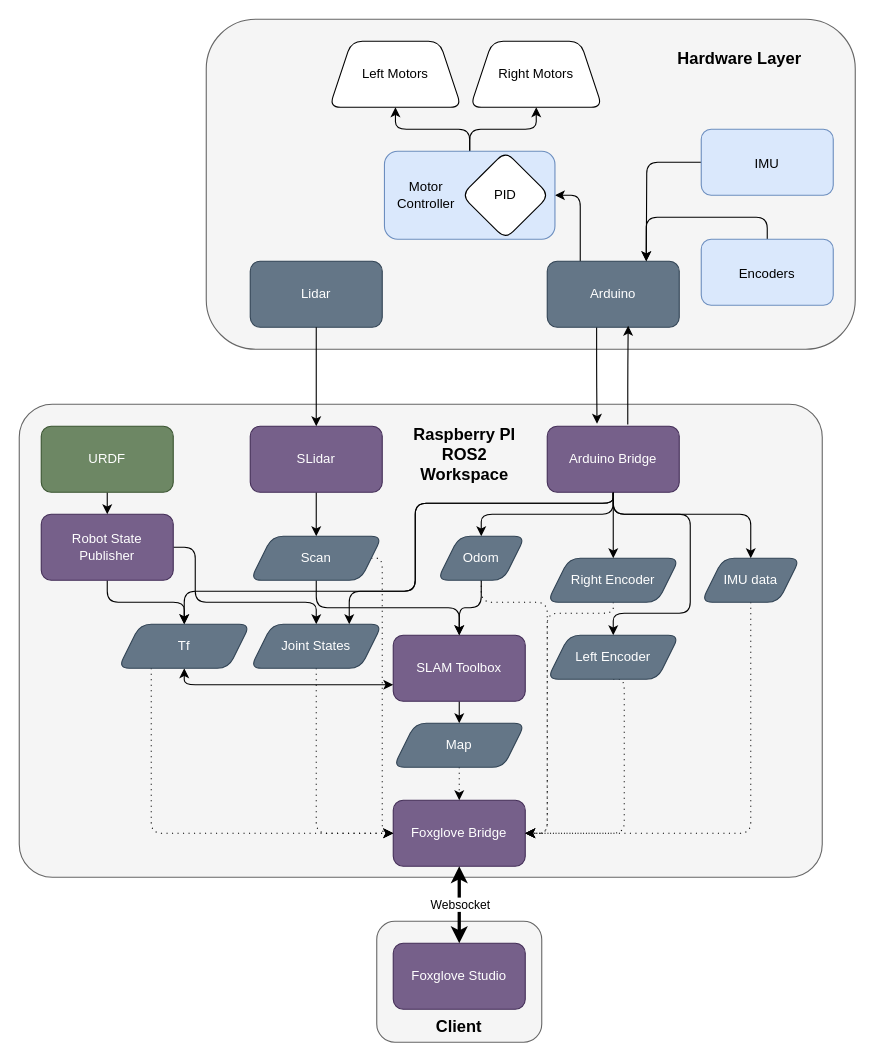
Above: ROSworkspaceOverview.drawio in Gab1575/MREN203_Group9 (draw.io), before the change. Source tidied: cells renumbered, new cells numbered last; positions are measured from the earlier drawing's top-left corner, leaving out a move shared by most shapes. Both pictures are drawn from the tidied source at 110%, with x=0, y=0 at pixel (19, 19).
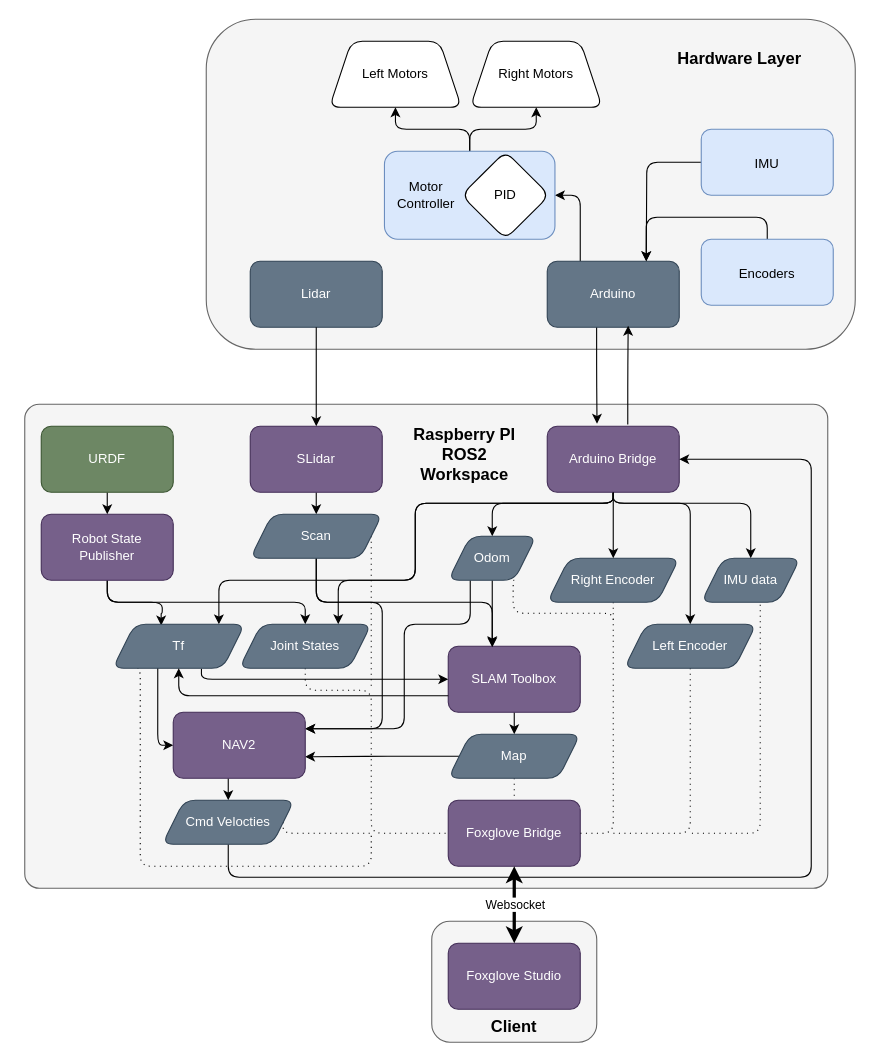
After the change.

Unchanged cells that the change refers to:
```xml
<mxCell id="16" value="Arduino Bridge" style="rounded=1;whiteSpace=wrap;html=1;fillColor=#76608a;fontColor=#ffffff;strokeColor=#432D57;" parent="1" vertex="1">
  <mxGeometry x="480" y="370" width="120" height="60" as="geometry" />
</mxCell>
<mxCell id="21" value="Robot State&lt;div&gt;Publisher&lt;/div&gt;" style="rounded=1;whiteSpace=wrap;html=1;fillColor=#76608a;fontColor=#ffffff;strokeColor=#432D57;" parent="1" vertex="1">
  <mxGeometry x="20" y="450" width="120" height="60" as="geometry" />
</mxCell>
<mxCell id="27" value="Right Encoder" style="shape=parallelogram;perimeter=parallelogramPerimeter;whiteSpace=wrap;html=1;fixedSize=1;fillColor=#647687;fontColor=#ffffff;strokeColor=#314354;rounded=1;" parent="1" vertex="1">
  <mxGeometry x="480" y="490" width="120" height="40" as="geometry" />
</mxCell>
<mxCell id="31" value="IMU data" style="shape=parallelogram;perimeter=parallelogramPerimeter;whiteSpace=wrap;html=1;fixedSize=1;fillColor=#647687;fontColor=#ffffff;strokeColor=#314354;rounded=1;" parent="1" vertex="1">
  <mxGeometry x="620" y="490" width="90" height="40" as="geometry" />
</mxCell>
```

What changed in the source:
```diff
@@
-    <mxCell id="2" style="rounded=1;whiteSpace=wrap;html=1;fillColor=#f5f5f5;fontColor=#333333;strokeColor=#666666;arcSize=7;" parent="1" vertex="1">
-      <mxGeometry y="350" width="730" height="430" as="geometry" />
+    <mxCell id="2" style="rounded=1;whiteSpace=wrap;html=1;fillColor=#f5f5f5;fontColor=#333333;strokeColor=#666666;arcSize=3;" parent="1" vertex="1">
+      <mxGeometry x="5" y="350" width="730" height="440" as="geometry" />
     </mxCell>
@@
     <mxCell id="10" style="edgeStyle=orthogonalEdgeStyle;rounded=1;jettySize=auto;html=1;exitX=0.5;exitY=1;exitDx=0;exitDy=0;entryX=0.5;entryY=0;entryDx=0;entryDy=0;" parent="1" edge="1" source="16" target="25">
-      <mxGeometry x="-0.12" y="20" relative="1" as="geometry" />
+      <mxGeometry x="-0.12" y="20" relative="1" as="geometry">
+        <Array as="points">
+          <mxPoint x="540" y="440" />
+          <mxPoint x="430" y="440" />
+        </Array>
+      </mxGeometry>
     </mxCell>
     <mxCell id="11" style="edgeStyle=orthogonalEdgeStyle;rounded=1;jettySize=auto;html=1;exitX=0.5;exitY=1;exitDx=0;exitDy=0;entryX=0.5;entryY=0;entryDx=0;entryDy=0;" parent="1" edge="1" source="16" target="29">
       <mxGeometry relative="1" as="geometry">
         <Array as="points">
-          <mxPoint x="540" y="450" />
-          <mxPoint x="610" y="450" />
-          <mxPoint x="610" y="540" />
-          <mxPoint x="540" y="540" />
+          <mxPoint x="540" y="440" />
+          <mxPoint x="610" y="440" />
         </Array>
       </mxGeometry>
     </mxCell>
     <mxCell id="12" style="edgeStyle=orthogonalEdgeStyle;rounded=1;jettySize=auto;html=1;exitX=0.5;exitY=1;exitDx=0;exitDy=0;entryX=0.5;entryY=0;entryDx=0;entryDy=0;" parent="1" edge="1" source="16" target="31">
       <mxGeometry relative="1" as="geometry">
         <Array as="points">
-          <mxPoint x="540" y="450" />
-          <mxPoint x="665" y="450" />
+          <mxPoint x="540" y="440" />
+          <mxPoint x="665" y="440" />
         </Array>
       </mxGeometry>
     </mxCell>
     <mxCell id="13" style="edgeStyle=orthogonalEdgeStyle;rounded=1;jettySize=auto;html=1;exitX=0.5;exitY=1;exitDx=0;exitDy=0;entryX=0.75;entryY=0;entryDx=0;entryDy=0;" parent="1" edge="1" source="16" target="33">
       <mxGeometry relative="1" as="geometry">
         <Array as="points">
           <mxPoint x="540" y="440" />
           <mxPoint x="360" y="440" />
-          <mxPoint x="360" y="520" />
-          <mxPoint x="300" y="520" />
+          <mxPoint x="360" y="510" />
+          <mxPoint x="290" y="510" />
         </Array>
       </mxGeometry>
     </mxCell>
-    <mxCell id="14" style="edgeStyle=orthogonalEdgeStyle;rounded=1;jettySize=auto;html=1;exitX=0.5;exitY=1;exitDx=0;exitDy=0;entryX=0.5;entryY=0;entryDx=0;entryDy=0;" parent="1" edge="1" source="16" target="38">
+    <mxCell id="14" style="edgeStyle=orthogonalEdgeStyle;rounded=1;jettySize=auto;html=1;exitX=0.5;exitY=1;exitDx=0;exitDy=0;entryX=0.804;entryY=0.002;entryDx=0;entryDy=0;entryPerimeter=0;" parent="1" edge="1" source="16" target="38">
       <mxGeometry relative="1" as="geometry">
         <Array as="points">
           <mxPoint x="540" y="440" />
           <mxPoint x="360" y="440" />
-          <mxPoint x="360" y="520" />
-          <mxPoint x="150" y="520" />
+          <mxPoint x="360" y="510" />
+          <mxPoint x="182" y="510" />
         </Array>
       </mxGeometry>
     </mxCell>
@@
     <mxCell id="18" value="SLAM Toolbox" style="rounded=1;whiteSpace=wrap;html=1;fillColor=#76608a;fontColor=#ffffff;strokeColor=#432D57;" parent="1" vertex="1">
-      <mxGeometry x="340" y="560" width="120" height="60" as="geometry" />
+      <mxGeometry x="390" y="570" width="120" height="60" as="geometry" />
     </mxCell>
-    <mxCell id="19" style="edgeStyle=orthogonalEdgeStyle;rounded=1;jettySize=auto;html=1;exitX=0.5;exitY=1;exitDx=0;exitDy=0;entryX=0.5;entryY=0;entryDx=0;entryDy=0;" parent="1" edge="1" source="21" target="38">
-      <mxGeometry relative="1" as="geometry" />
+    <mxCell id="19" style="edgeStyle=orthogonalEdgeStyle;rounded=1;jettySize=auto;html=1;exitX=0.5;exitY=1;exitDx=0;exitDy=0;entryX=0.367;entryY=0.028;entryDx=0;entryDy=0;entryPerimeter=0;" parent="1" edge="1" source="21" target="38">
+      <mxGeometry relative="1" as="geometry">
+        <Array as="points">
+          <mxPoint x="80" y="530" />
+          <mxPoint x="130" y="530" />
+          <mxPoint x="130" y="540" />
+          <mxPoint x="129" y="540" />
+        </Array>
+      </mxGeometry>
     </mxCell>
-    <mxCell id="20" style="edgeStyle=orthogonalEdgeStyle;rounded=1;jettySize=auto;html=1;exitX=1;exitY=0.5;exitDx=0;exitDy=0;entryX=0.5;entryY=0;entryDx=0;entryDy=0;" parent="1" edge="1" source="21" target="33">
+    <mxCell id="20" style="edgeStyle=orthogonalEdgeStyle;rounded=1;jettySize=auto;html=1;exitX=0.5;exitY=1;exitDx=0;exitDy=0;entryX=0.5;entryY=0;entryDx=0;entryDy=0;" parent="1" edge="1" source="21" target="33">
       <mxGeometry relative="1" as="geometry">
         <Array as="points">
-          <mxPoint x="160" y="480" />
-          <mxPoint x="160" y="530" />
-          <mxPoint x="270" y="530" />
+          <mxPoint x="80" y="530" />
+          <mxPoint x="260" y="530" />
         </Array>
       </mxGeometry>
     </mxCell>
@@
     <mxCell id="22" value="Foxglove Bridge" style="rounded=1;whiteSpace=wrap;html=1;fillColor=#76608a;fontColor=#ffffff;strokeColor=#432D57;" parent="1" vertex="1">
-      <mxGeometry x="340" y="710" width="120" height="60" as="geometry" />
+      <mxGeometry x="390" y="710" width="120" height="60" as="geometry" />
     </mxCell>
-    <mxCell id="23" style="edgeStyle=orthogonalEdgeStyle;rounded=1;jettySize=auto;html=1;exitX=0.5;exitY=1;exitDx=0;exitDy=0;" parent="1" edge="1" source="25" target="18">
-      <mxGeometry relative="1" as="geometry" />
+    <mxCell id="23" style="edgeStyle=orthogonalEdgeStyle;rounded=1;jettySize=auto;html=1;exitX=0.5;exitY=1;exitDx=0;exitDy=0;" parent="1" edge="1" source="25">
+      <mxGeometry relative="1" as="geometry">
+        <mxPoint x="430" y="571" as="targetPoint" />
+        <Array as="points">
+          <mxPoint x="430" y="540" />
+          <mxPoint x="430" y="540" />
+        </Array>
+      </mxGeometry>
     </mxCell>
-    <mxCell id="24" style="edgeStyle=orthogonalEdgeStyle;rounded=1;jettySize=auto;html=1;exitX=0.5;exitY=1;exitDx=0;exitDy=0;entryX=1;entryY=0.5;entryDx=0;entryDy=0;dashed=1;dashPattern=1 4;" parent="1" edge="1" source="25" target="22">
+    <mxCell id="24" style="edgeStyle=orthogonalEdgeStyle;rounded=1;jettySize=auto;html=1;exitX=0.75;exitY=1;exitDx=0;exitDy=0;dashed=1;dashPattern=1 4;endArrow=none;endFill=0;" parent="1" edge="1" source="25">
       <mxGeometry relative="1" as="geometry">
+        <mxPoint x="540" y="550" as="targetPoint" />
         <Array as="points">
-          <mxPoint x="420" y="530" />
-          <mxPoint x="480" y="530" />
-          <mxPoint x="480" y="740" />
+          <mxPoint x="449" y="510" />
+          <mxPoint x="449" y="540" />
+          <mxPoint x="540" y="540" />
         </Array>
       </mxGeometry>
     </mxCell>
+    <mxCell id="64" style="edgeStyle=orthogonalEdgeStyle;rounded=1;jettySize=auto;html=1;entryX=1;entryY=0.25;entryDx=0;entryDy=0;" parent="1" edge="1" target="70">
+      <mxGeometry relative="1" as="geometry">
+        <mxPoint x="410" y="510" as="sourcePoint" />
+        <Array as="points">
+          <mxPoint x="410" y="510" />
+          <mxPoint x="410" y="550" />
+          <mxPoint x="350" y="550" />
+          <mxPoint x="350" y="645" />
+        </Array>
+      </mxGeometry>
+    </mxCell>
     <mxCell id="25" value="Odom" style="shape=parallelogram;perimeter=parallelogramPerimeter;whiteSpace=wrap;html=1;fixedSize=1;fillColor=#647687;fontColor=#ffffff;strokeColor=#314354;rounded=1;" parent="1" vertex="1">
-      <mxGeometry x="380" y="470" width="80" height="40" as="geometry" />
+      <mxGeometry x="390" y="470" width="80" height="40" as="geometry" />
     </mxCell>
-    <mxCell id="26" style="edgeStyle=orthogonalEdgeStyle;rounded=1;jettySize=auto;html=1;exitX=0.5;exitY=1;exitDx=0;exitDy=0;entryX=1;entryY=0.5;entryDx=0;entryDy=0;dashed=1;dashPattern=1 4;" parent="1" edge="1" source="27" target="22">
+    <mxCell id="26" style="edgeStyle=orthogonalEdgeStyle;rounded=1;jettySize=auto;html=1;exitX=0.5;exitY=1;exitDx=0;exitDy=0;entryX=1;entryY=0.5;entryDx=0;entryDy=0;dashed=1;dashPattern=1 4;endArrow=none;endFill=0;" parent="1" edge="1" source="27" target="22">
       <mxGeometry relative="1" as="geometry">
         <Array as="points">
-          <mxPoint x="540" y="540" />
-          <mxPoint x="480" y="540" />
-          <mxPoint x="480" y="740" />
+          <mxPoint x="540" y="740" />
         </Array>
       </mxGeometry>
     </mxCell>
@@
-    <mxCell id="28" style="edgeStyle=orthogonalEdgeStyle;rounded=1;jettySize=auto;html=1;exitX=0.5;exitY=1;exitDx=0;exitDy=0;entryX=1;entryY=0.5;entryDx=0;entryDy=0;dashed=1;dashPattern=1 4;" parent="1" edge="1" source="29" target="22">
+    <mxCell id="28" style="edgeStyle=orthogonalEdgeStyle;rounded=1;jettySize=auto;html=1;exitX=0.5;exitY=1;exitDx=0;exitDy=0;dashed=1;dashPattern=1 4;endArrow=none;endFill=0;" parent="1" edge="1" source="29">
       <mxGeometry relative="1" as="geometry">
+        <mxPoint x="540" y="740" as="targetPoint" />
         <Array as="points">
-          <mxPoint x="550" y="600" />
-          <mxPoint x="550" y="740" />
+          <mxPoint x="610" y="740" />
         </Array>
       </mxGeometry>
     </mxCell>
     <mxCell id="29" value="Left Encoder" style="shape=parallelogram;perimeter=parallelogramPerimeter;whiteSpace=wrap;html=1;fixedSize=1;fillColor=#647687;fontColor=#ffffff;strokeColor=#314354;rounded=1;" parent="1" vertex="1">
-      <mxGeometry x="480" y="560" width="120" height="40" as="geometry" />
+      <mxGeometry x="550" y="550" width="120" height="40" as="geometry" />
     </mxCell>
-    <mxCell id="30" style="edgeStyle=orthogonalEdgeStyle;rounded=1;jettySize=auto;html=1;exitX=0.5;exitY=1;exitDx=0;exitDy=0;entryX=1;entryY=0.5;entryDx=0;entryDy=0;dashed=1;dashPattern=1 4;" parent="1" edge="1" source="31" target="22">
-      <mxGeometry relative="1" as="geometry" />
+    <mxCell id="30" style="edgeStyle=orthogonalEdgeStyle;rounded=1;jettySize=auto;html=1;exitX=0.596;exitY=0.93;exitDx=0;exitDy=0;dashed=1;dashPattern=1 4;exitPerimeter=0;startArrow=none;startFill=0;endArrow=none;endFill=0;" parent="1" edge="1" source="31">
+      <mxGeometry relative="1" as="geometry">
+        <mxPoint x="610" y="740" as="targetPoint" />
+        <Array as="points">
+          <mxPoint x="674" y="740" />
+        </Array>
+      </mxGeometry>
     </mxCell>
@@
-    <mxCell id="32" style="edgeStyle=orthogonalEdgeStyle;rounded=1;jettySize=auto;html=1;exitX=0.5;exitY=1;exitDx=0;exitDy=0;entryX=0;entryY=0.5;entryDx=0;entryDy=0;dashed=1;dashPattern=1 4;" parent="1" edge="1" source="33" target="22">
-      <mxGeometry relative="1" as="geometry" />
+    <mxCell id="32" style="edgeStyle=orthogonalEdgeStyle;rounded=1;jettySize=auto;html=1;exitX=0.5;exitY=1;exitDx=0;exitDy=0;entryX=0;entryY=0.5;entryDx=0;entryDy=0;dashed=1;dashPattern=1 4;endArrow=none;endFill=0;" parent="1" edge="1" source="33" target="22">
+      <mxGeometry relative="1" as="geometry">
+        <Array as="points">
+          <mxPoint x="260" y="610" />
+          <mxPoint x="320" y="610" />
+          <mxPoint x="320" y="740" />
+        </Array>
+      </mxGeometry>
     </mxCell>
     <mxCell id="33" value="Joint States" style="shape=parallelogram;perimeter=parallelogramPerimeter;whiteSpace=wrap;html=1;fixedSize=1;fillColor=#647687;fontColor=#ffffff;strokeColor=#314354;rounded=1;" parent="1" vertex="1">
-      <mxGeometry x="210" y="550" width="120" height="40" as="geometry" />
+      <mxGeometry x="200" y="550" width="120" height="40" as="geometry" />
     </mxCell>
-    <mxCell id="34" style="edgeStyle=orthogonalEdgeStyle;rounded=1;jettySize=auto;html=1;exitX=0.5;exitY=1;exitDx=0;exitDy=0;entryX=0.5;entryY=0;entryDx=0;entryDy=0;dashed=1;dashPattern=1 4;" parent="1" edge="1" source="35" target="22">
+    <mxCell id="34" style="edgeStyle=orthogonalEdgeStyle;rounded=1;jettySize=auto;html=1;exitX=0.5;exitY=1;exitDx=0;exitDy=0;entryX=0.5;entryY=0;entryDx=0;entryDy=0;dashed=1;dashPattern=1 4;endArrow=none;endFill=0;" parent="1" edge="1" source="35" target="22">
       <mxGeometry relative="1" as="geometry" />
     </mxCell>
+    <mxCell id="65" style="edgeStyle=orthogonalEdgeStyle;rounded=1;jettySize=auto;html=1;entryX=0.999;entryY=0.674;entryDx=0;entryDy=0;entryPerimeter=0;" parent="1" edge="1" source="35" target="70">
+      <mxGeometry relative="1" as="geometry" />
+    </mxCell>
     <mxCell id="35" value="Map" style="shape=parallelogram;perimeter=parallelogramPerimeter;whiteSpace=wrap;html=1;fixedSize=1;fillColor=#647687;fontColor=#ffffff;strokeColor=#314354;rounded=1;" parent="1" vertex="1">
-      <mxGeometry x="340" y="640" width="120" height="40" as="geometry" />
+      <mxGeometry x="390" y="650" width="120" height="40" as="geometry" />
     </mxCell>
-    <mxCell id="36" style="edgeStyle=orthogonalEdgeStyle;rounded=1;jettySize=auto;html=1;exitX=0.5;exitY=1;exitDx=0;exitDy=0;entryX=0;entryY=0.75;entryDx=0;entryDy=0;startArrow=classic;startFill=1;" parent="1" edge="1" source="38" target="18">
+    <mxCell id="36" style="edgeStyle=orthogonalEdgeStyle;rounded=1;jettySize=auto;html=1;exitX=0.672;exitY=1.01;exitDx=0;exitDy=0;startArrow=none;startFill=0;exitPerimeter=0;" parent="1" edge="1" source="38" target="18">
       <mxGeometry relative="1" as="geometry">
         <Array as="points">
-          <mxPoint x="150" y="605" />
+          <mxPoint x="166" y="600" />
         </Array>
       </mxGeometry>
     </mxCell>
-    <mxCell id="37" style="edgeStyle=orthogonalEdgeStyle;rounded=1;jettySize=auto;html=1;exitX=0.25;exitY=1;exitDx=0;exitDy=0;entryX=0;entryY=0.5;entryDx=0;entryDy=0;dashed=1;dashPattern=1 4;" parent="1" edge="1" source="38" target="22">
-      <mxGeometry relative="1" as="geometry" />
+    <mxCell id="37" style="edgeStyle=orthogonalEdgeStyle;rounded=1;jettySize=auto;html=1;exitX=0.147;exitY=0.978;exitDx=0;exitDy=0;dashed=1;dashPattern=1 4;exitPerimeter=0;endArrow=none;endFill=0;" parent="1" edge="1" source="38">
+      <mxGeometry relative="1" as="geometry">
+        <mxPoint x="320" y="740" as="targetPoint" />
+        <Array as="points">
+          <mxPoint x="110" y="589" />
+          <mxPoint x="110" y="770" />
+          <mxPoint x="320" y="770" />
+          <mxPoint x="320" y="740" />
+        </Array>
+      </mxGeometry>
     </mxCell>
+    <mxCell id="66" style="edgeStyle=orthogonalEdgeStyle;rounded=1;jettySize=auto;html=1;exitX=0.341;exitY=0.916;exitDx=0;exitDy=0;entryX=0;entryY=0.5;entryDx=0;entryDy=0;exitPerimeter=0;" parent="1" edge="1" source="38" target="70">
+      <mxGeometry relative="1" as="geometry">
+        <Array as="points">
+          <mxPoint x="126" y="660" />
+        </Array>
+      </mxGeometry>
+    </mxCell>
     <mxCell id="38" value="Tf" style="shape=parallelogram;perimeter=parallelogramPerimeter;whiteSpace=wrap;html=1;fixedSize=1;fillColor=#647687;fontColor=#ffffff;strokeColor=#314354;rounded=1;" parent="1" vertex="1">
-      <mxGeometry x="90" y="550" width="120" height="40" as="geometry" />
+      <mxGeometry x="85" y="550" width="120" height="40" as="geometry" />
     </mxCell>
-    <mxCell id="39" style="edgeStyle=orthogonalEdgeStyle;rounded=1;jettySize=auto;html=1;exitX=0.5;exitY=1;exitDx=0;exitDy=0;entryX=0.5;entryY=0;entryDx=0;entryDy=0;" parent="1" edge="1" source="41" target="18">
-      <mxGeometry relative="1" as="geometry" />
+    <mxCell id="39" style="edgeStyle=orthogonalEdgeStyle;rounded=1;jettySize=auto;html=1;exitX=0.5;exitY=1;exitDx=0;exitDy=0;" parent="1" edge="1" source="41">
+      <mxGeometry relative="1" as="geometry">
+        <mxPoint x="430" y="570" as="targetPoint" />
+        <Array as="points">
+          <mxPoint x="270" y="530" />
+          <mxPoint x="430" y="530" />
+          <mxPoint x="430" y="570" />
+        </Array>
+      </mxGeometry>
     </mxCell>
-    <mxCell id="40" style="edgeStyle=orthogonalEdgeStyle;rounded=1;jettySize=auto;html=1;exitX=1;exitY=0.5;exitDx=0;exitDy=0;entryX=0;entryY=0.5;entryDx=0;entryDy=0;dashed=1;dashPattern=1 4;" parent="1" edge="1" source="41" target="22">
+    <mxCell id="40" style="edgeStyle=orthogonalEdgeStyle;rounded=1;jettySize=auto;html=1;exitX=1;exitY=0.5;exitDx=0;exitDy=0;dashed=1;dashPattern=1 4;endArrow=none;endFill=0;" parent="1" edge="1" source="41">
       <mxGeometry relative="1" as="geometry">
-        <Array as="points">
-          <mxPoint x="330" y="490" />
-          <mxPoint x="330" y="740" />
-        </Array>
+        <mxPoint x="320" y="610" as="targetPoint" />
       </mxGeometry>
     </mxCell>
+    <mxCell id="67" style="edgeStyle=orthogonalEdgeStyle;rounded=1;jettySize=auto;html=1;exitX=0.5;exitY=1;exitDx=0;exitDy=0;entryX=1;entryY=0.25;entryDx=0;entryDy=0;" parent="1" edge="1" source="41" target="70">
+      <mxGeometry relative="1" as="geometry">
+        <Array as="points">
+          <mxPoint x="270" y="530" />
+          <mxPoint x="330" y="530" />
+          <mxPoint x="330" y="645" />
+        </Array>
+      </mxGeometry>
+    </mxCell>
     <mxCell id="41" value="Scan" style="shape=parallelogram;perimeter=parallelogramPerimeter;whiteSpace=wrap;html=1;fixedSize=1;fillColor=#647687;fontColor=#ffffff;strokeColor=#314354;rounded=1;" parent="1" vertex="1">
-      <mxGeometry x="210" y="470" width="120" height="40" as="geometry" />
+      <mxGeometry x="210" y="450" width="120" height="40" as="geometry" />
     </mxCell>
@@
     <mxCell id="48" style="rounded=1;whiteSpace=wrap;html=1;fillColor=#f5f5f5;fontColor=#333333;strokeColor=#666666;" parent="1" vertex="1">
-      <mxGeometry x="325" y="820" width="150" height="110" as="geometry" />
+      <mxGeometry x="375" y="820" width="150" height="110" as="geometry" />
     </mxCell>
     <mxCell id="49" value="Foxglove Studio" style="rounded=1;whiteSpace=wrap;html=1;fillColor=#76608a;fontColor=#ffffff;strokeColor=#432D57;" parent="1" vertex="1">
-      <mxGeometry x="340" y="840" width="120" height="60" as="geometry" />
+      <mxGeometry x="390" y="840" width="120" height="60" as="geometry" />
     </mxCell>
     <mxCell id="50" value="&lt;b&gt;&lt;font style=&quot;font-size: 15px;&quot;&gt;Client&lt;/font&gt;&lt;/b&gt;" style="text;html=1;whiteSpace=wrap;strokeColor=none;fillColor=none;align=center;verticalAlign=middle;rounded=1;" parent="1" vertex="1">
-      <mxGeometry x="340" y="900" width="120" height="30" as="geometry" />
+      <mxGeometry x="390" y="900" width="120" height="30" as="geometry" />
     </mxCell>
@@
+    <mxCell id="68" style="edgeStyle=orthogonalEdgeStyle;rounded=1;jettySize=auto;html=1;exitX=0.5;exitY=1;exitDx=0;exitDy=0;entryX=0;entryY=0.75;entryDx=0;entryDy=0;startArrow=classic;startFill=1;endArrow=none;endFill=0;" parent="1" edge="1" source="38" target="18">
+      <mxGeometry relative="1" as="geometry">
+        <Array as="points">
+          <mxPoint x="145" y="615" />
+        </Array>
+      </mxGeometry>
+    </mxCell>
+    <mxCell id="69" style="edgeStyle=orthogonalEdgeStyle;rounded=1;jettySize=auto;html=1;" parent="1" edge="1" source="70" target="73">
+      <mxGeometry relative="1" as="geometry">
+        <Array as="points">
+          <mxPoint x="190" y="700" />
+          <mxPoint x="190" y="700" />
+        </Array>
+      </mxGeometry>
+    </mxCell>
+    <mxCell id="70" value="NAV2" style="rounded=1;whiteSpace=wrap;html=1;fillColor=#76608a;fontColor=#ffffff;strokeColor=#432D57;" parent="1" vertex="1">
+      <mxGeometry x="140" y="630" width="120" height="60" as="geometry" />
+    </mxCell>
+    <mxCell id="71" style="edgeStyle=orthogonalEdgeStyle;rounded=1;jettySize=auto;html=1;exitX=1;exitY=0.5;exitDx=0;exitDy=0;dashed=1;dashPattern=1 4;endArrow=none;endFill=0;" parent="1" edge="1" source="73">
+      <mxGeometry relative="1" as="geometry">
+        <mxPoint x="320" y="740" as="targetPoint" />
+        <Array as="points">
+          <mxPoint x="240" y="740" />
+        </Array>
+      </mxGeometry>
+    </mxCell>
+    <mxCell id="72" style="edgeStyle=orthogonalEdgeStyle;rounded=1;jettySize=auto;html=1;exitX=0.5;exitY=1;exitDx=0;exitDy=0;entryX=1;entryY=0.5;entryDx=0;entryDy=0;" parent="1" edge="1" source="73" target="16">
+      <mxGeometry relative="1" as="geometry">
+        <Array as="points">
+          <mxPoint x="190" y="780" />
+          <mxPoint x="720" y="780" />
+          <mxPoint x="720" y="400" />
+        </Array>
+      </mxGeometry>
+    </mxCell>
+    <mxCell id="73" value="Cmd Velocties" style="shape=parallelogram;perimeter=parallelogramPerimeter;whiteSpace=wrap;html=1;fixedSize=1;fillColor=#647687;fontColor=#ffffff;strokeColor=#314354;rounded=1;" parent="1" vertex="1">
+      <mxGeometry x="130" y="710" width="120" height="40" as="geometry" />
+    </mxCell>
```
